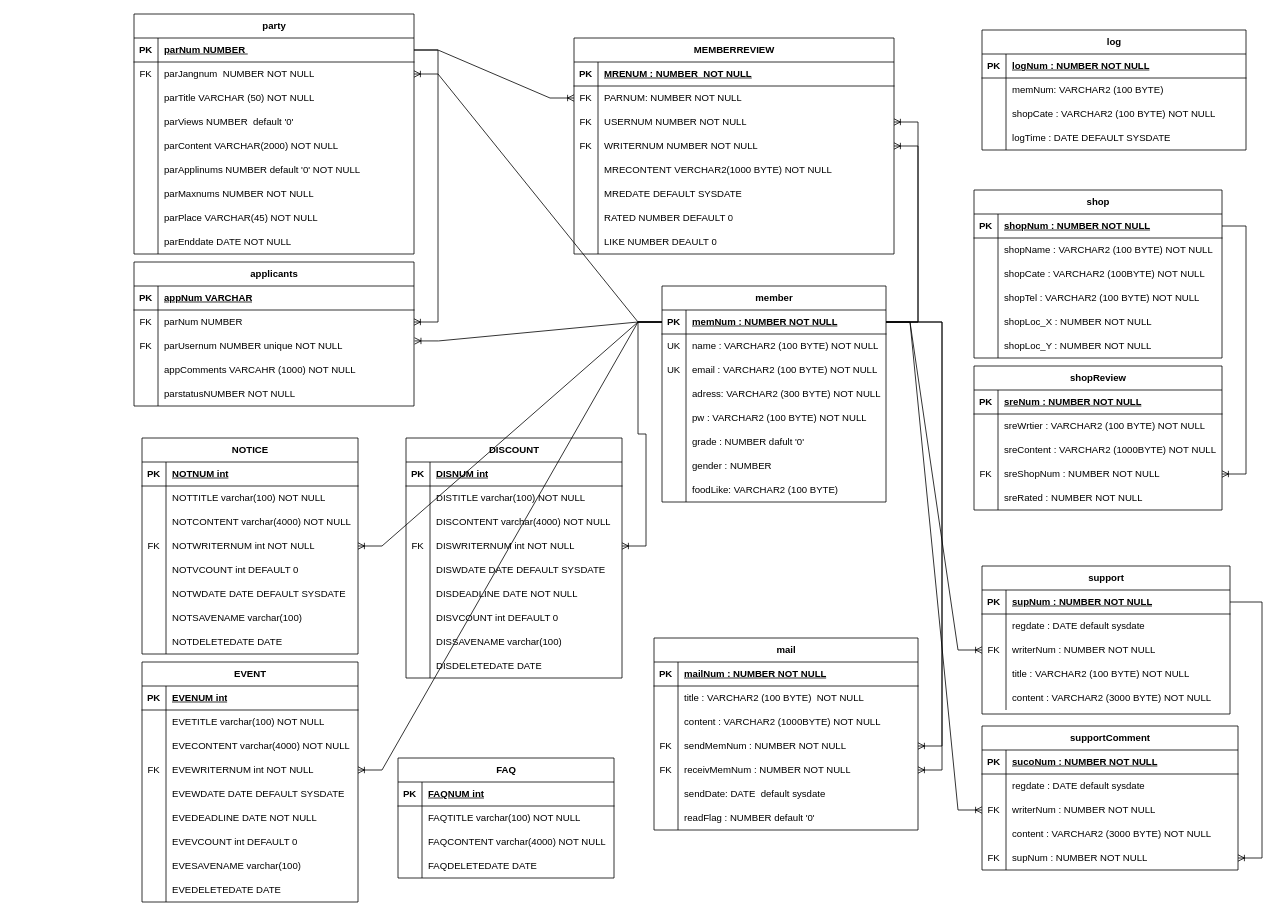
Before: ERD 다이어그램.drawio in korno1/hotplace, a draw.io diagram. Source tidied: cells renumbered, new cells numbered last; positions are measured from the earlier drawing's top-left corner, leaving out a move shared by most shapes. Both pictures are drawn from the tidied source at 80%, with x=0, y=0 at pixel (14, -6).
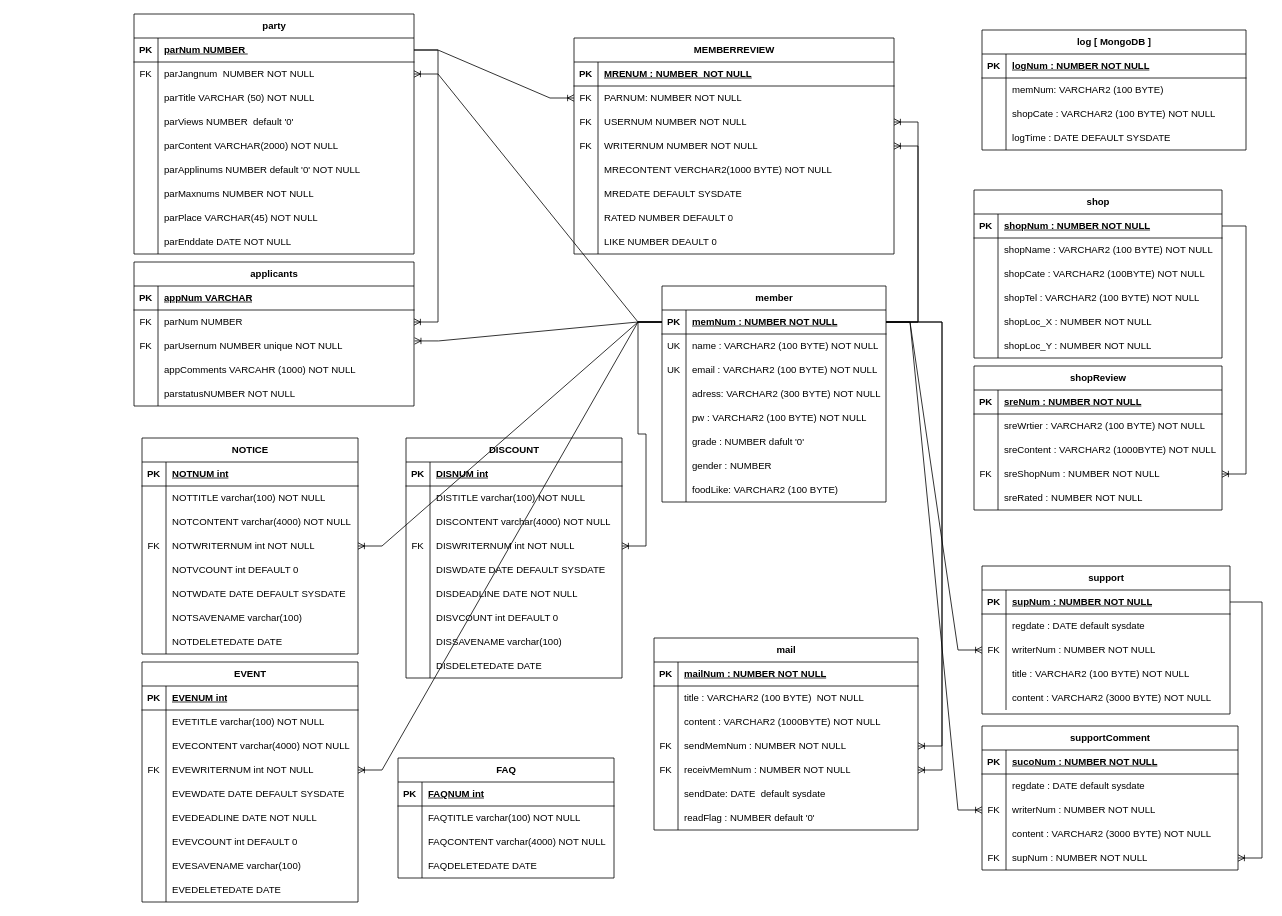
Above is the later version.

Commit message:
ERD 다이어그램.drawio 종관 업데이트

Diff of the diagram source:
```diff
@@
-    <mxCell id="306" value="log" style="shape=table;startSize=30;childLayout=tableLayout;rowLines=0;fontStyle=1;align=center;html=1;strokeColor=default;swimlaneFillColor=default;" parent="1" vertex="1">
+    <mxCell id="306" value="log [ MongoDB ]" style="shape=table;startSize=30;childLayout=tableLayout;rowLines=0;fontStyle=1;align=center;html=1;strokeColor=default;swimlaneFillColor=default;" parent="1" vertex="1">
       <mxGeometry x="1210" y="44" width="330" height="150" as="geometry" />
     </mxCell>
```
